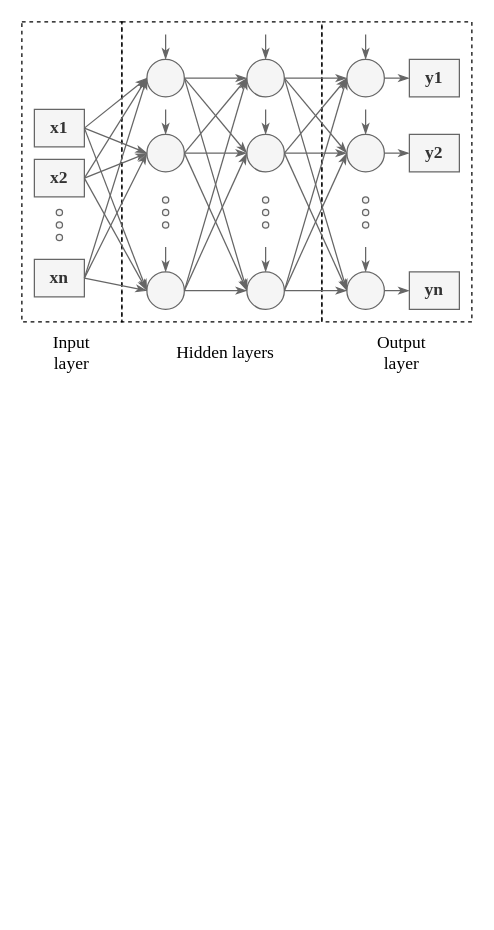
Above: MultiLayer/README_img/multilayer.drawio in jurkovicmartin/ML-Fundamentals (draw.io), before the change. Source tidied: cells renumbered, new cells numbered last; positions are measured from the earlier drawing's top-left corner, leaving out a move shared by most shapes. Both pictures are drawn from the tidied source at 125%, with x=0, y=0 at pixel (21, 21).
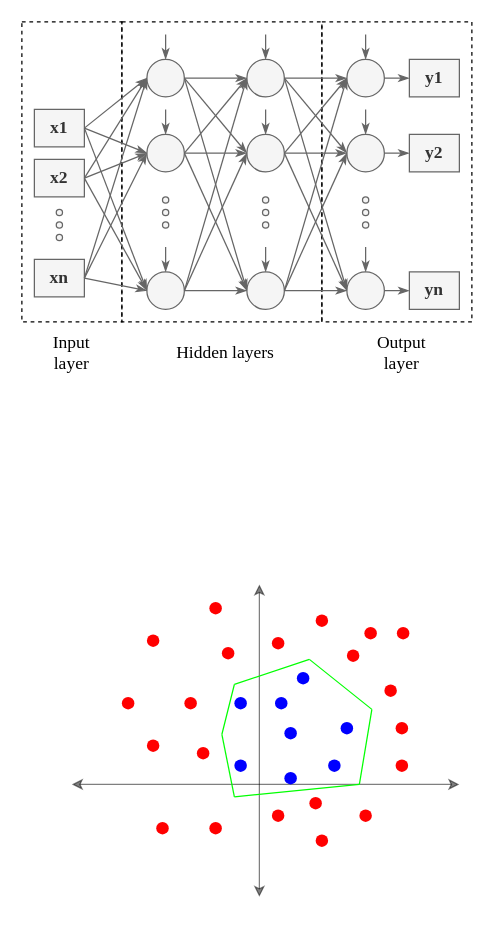
After the change.

What changed in the source:
```diff
@@
+    <mxCell id="74" style="endArrow=classic;startArrow=classic;html=1;rounded=0;opacity=50;" parent="1" edge="1">
+      <mxGeometry relative="1" as="geometry">
+        <mxPoint x="40" y="610" as="sourcePoint" />
+        <mxPoint x="350" y="610" as="targetPoint" />
+      </mxGeometry>
+    </mxCell>
+    <mxCell id="75" style="endArrow=classic;startArrow=classic;html=1;rounded=0;opacity=50;" parent="1" edge="1">
+      <mxGeometry relative="1" as="geometry">
+        <mxPoint x="190" y="450" as="sourcePoint" />
+        <mxPoint x="190" y="700" as="targetPoint" />
+      </mxGeometry>
+    </mxCell>
+    <mxCell id="76" style="ellipse;whiteSpace=wrap;html=1;fillColor=#0000ff;strokeColor=none;" parent="1" vertex="1">
+      <mxGeometry x="220" y="520" width="10" height="10" as="geometry" />
+    </mxCell>
+    <mxCell id="77" style="ellipse;whiteSpace=wrap;html=1;fillColor=#0000ff;strokeColor=none;" parent="1" vertex="1">
+      <mxGeometry x="255" y="560" width="10" height="10" as="geometry" />
+    </mxCell>
+    <mxCell id="78" style="ellipse;whiteSpace=wrap;html=1;fillColor=#ff0000;strokeColor=none;" parent="1" vertex="1">
+      <mxGeometry x="130" y="540" width="10" height="10" as="geometry" />
+    </mxCell>
+    <mxCell id="79" style="ellipse;whiteSpace=wrap;html=1;fillColor=#0000ff;strokeColor=none;" parent="1" vertex="1">
+      <mxGeometry x="170" y="590" width="10" height="10" as="geometry" />
+    </mxCell>
+    <mxCell id="80" style="ellipse;whiteSpace=wrap;html=1;fillColor=#ff0000;strokeColor=none;" parent="1" vertex="1">
+      <mxGeometry x="160" y="500" width="10" height="10" as="geometry" />
+    </mxCell>
+    <mxCell id="81" style="ellipse;whiteSpace=wrap;html=1;fillColor=#ff0000;strokeColor=none;" parent="1" vertex="1">
+      <mxGeometry x="140" y="580" width="10" height="10" as="geometry" />
+    </mxCell>
+    <mxCell id="82" style="ellipse;whiteSpace=wrap;html=1;fillColor=#ff0000;strokeColor=none;" parent="1" vertex="1">
+      <mxGeometry x="200" y="630" width="10" height="10" as="geometry" />
+    </mxCell>
+    <mxCell id="83" style="ellipse;whiteSpace=wrap;html=1;fillColor=#ff0000;strokeColor=none;" parent="1" vertex="1">
+      <mxGeometry x="150" y="640" width="10" height="10" as="geometry" />
+    </mxCell>
+    <mxCell id="84" style="ellipse;whiteSpace=wrap;html=1;fillColor=#ff0000;strokeColor=none;" parent="1" vertex="1">
+      <mxGeometry x="100" y="490" width="10" height="10" as="geometry" />
+    </mxCell>
+    <mxCell id="85" style="ellipse;whiteSpace=wrap;html=1;fillColor=#0000ff;strokeColor=none;" parent="1" vertex="1">
+      <mxGeometry x="170" y="540" width="10" height="10" as="geometry" />
+    </mxCell>
+    <mxCell id="86" style="ellipse;whiteSpace=wrap;html=1;fillColor=#0000ff;strokeColor=none;" parent="1" vertex="1">
+      <mxGeometry x="210" y="564" width="10" height="10" as="geometry" />
+    </mxCell>
+    <mxCell id="87" style="ellipse;whiteSpace=wrap;html=1;fillColor=#0000ff;strokeColor=none;" parent="1" vertex="1">
+      <mxGeometry x="210" y="600" width="10" height="10" as="geometry" />
+    </mxCell>
+    <mxCell id="88" style="ellipse;whiteSpace=wrap;html=1;fillColor=#0000ff;strokeColor=none;" parent="1" vertex="1">
+      <mxGeometry x="245" y="590" width="10" height="10" as="geometry" />
+    </mxCell>
+    <mxCell id="89" style="ellipse;whiteSpace=wrap;html=1;fillColor=#ff0000;strokeColor=none;" parent="1" vertex="1">
+      <mxGeometry x="230" y="620" width="10" height="10" as="geometry" />
+    </mxCell>
+    <mxCell id="90" style="ellipse;whiteSpace=wrap;html=1;fillColor=#ff0000;strokeColor=none;" parent="1" vertex="1">
+      <mxGeometry x="80" y="540" width="10" height="10" as="geometry" />
+    </mxCell>
+    <mxCell id="91" style="ellipse;whiteSpace=wrap;html=1;fillColor=#ff0000;strokeColor=none;" parent="1" vertex="1">
+      <mxGeometry x="100" y="574" width="10" height="10" as="geometry" />
+    </mxCell>
+    <mxCell id="92" style="ellipse;whiteSpace=wrap;html=1;fillColor=#ff0000;strokeColor=none;" parent="1" vertex="1">
+      <mxGeometry x="150" y="464" width="10" height="10" as="geometry" />
+    </mxCell>
+    <mxCell id="93" style="ellipse;whiteSpace=wrap;html=1;fillColor=#ff0000;strokeColor=none;" parent="1" vertex="1">
+      <mxGeometry x="107.5" y="640" width="10" height="10" as="geometry" />
+    </mxCell>
+    <mxCell id="94" style="ellipse;whiteSpace=wrap;html=1;fillColor=#ff0000;strokeColor=none;" parent="1" vertex="1">
+      <mxGeometry x="235" y="650" width="10" height="10" as="geometry" />
+    </mxCell>
+    <mxCell id="95" style="ellipse;whiteSpace=wrap;html=1;fillColor=#ff0000;strokeColor=none;" parent="1" vertex="1">
+      <mxGeometry x="290" y="530" width="10" height="10" as="geometry" />
+    </mxCell>
+    <mxCell id="96" style="ellipse;whiteSpace=wrap;html=1;fillColor=#ff0000;strokeColor=none;" parent="1" vertex="1">
+      <mxGeometry x="300" y="484" width="10" height="10" as="geometry" />
+    </mxCell>
+    <mxCell id="97" style="endArrow=none;html=1;rounded=0;strokeColor=#00ff00;" parent="1" edge="1">
+      <mxGeometry relative="1" as="geometry">
+        <mxPoint x="170" y="530" as="sourcePoint" />
+        <mxPoint x="230" y="510" as="targetPoint" />
+      </mxGeometry>
+    </mxCell>
+    <mxCell id="98" style="endArrow=none;html=1;rounded=0;strokeColor=#00ff00;" parent="1" edge="1">
+      <mxGeometry relative="1" as="geometry">
+        <mxPoint x="160" y="570" as="sourcePoint" />
+        <mxPoint x="170" y="530" as="targetPoint" />
+      </mxGeometry>
+    </mxCell>
+    <mxCell id="99" style="endArrow=none;html=1;rounded=0;strokeColor=#00ff00;" parent="1" edge="1">
+      <mxGeometry relative="1" as="geometry">
+        <mxPoint x="160" y="570" as="sourcePoint" />
+        <mxPoint x="170" y="620" as="targetPoint" />
+      </mxGeometry>
+    </mxCell>
+    <mxCell id="100" style="endArrow=none;html=1;rounded=0;strokeColor=#00ff00;" parent="1" edge="1">
+      <mxGeometry relative="1" as="geometry">
+        <mxPoint x="170" y="620" as="sourcePoint" />
+        <mxPoint x="270" y="610" as="targetPoint" />
+      </mxGeometry>
+    </mxCell>
+    <mxCell id="101" style="endArrow=none;html=1;rounded=0;strokeColor=#00ff00;" parent="1" edge="1">
+      <mxGeometry relative="1" as="geometry">
+        <mxPoint x="270" y="610" as="sourcePoint" />
+        <mxPoint x="280" y="550" as="targetPoint" />
+      </mxGeometry>
+    </mxCell>
+    <mxCell id="102" style="endArrow=none;html=1;rounded=0;strokeColor=#00ff00;" parent="1" edge="1">
+      <mxGeometry relative="1" as="geometry">
+        <mxPoint x="230" y="510" as="sourcePoint" />
+        <mxPoint x="280" y="550" as="targetPoint" />
+      </mxGeometry>
+    </mxCell>
+    <mxCell id="103" style="ellipse;whiteSpace=wrap;html=1;fillColor=#0000ff;strokeColor=none;" parent="1" vertex="1">
+      <mxGeometry x="202.5" y="540" width="10" height="10" as="geometry" />
+    </mxCell>
+    <mxCell id="104" style="ellipse;whiteSpace=wrap;html=1;fillColor=#ff0000;strokeColor=none;" parent="1" vertex="1">
+      <mxGeometry x="260" y="502" width="10" height="10" as="geometry" />
+    </mxCell>
+    <mxCell id="105" style="ellipse;whiteSpace=wrap;html=1;fillColor=#ff0000;strokeColor=none;" parent="1" vertex="1">
+      <mxGeometry x="200" y="492" width="10" height="10" as="geometry" />
+    </mxCell>
+    <mxCell id="106" style="ellipse;whiteSpace=wrap;html=1;fillColor=#ff0000;strokeColor=none;" parent="1" vertex="1">
+      <mxGeometry x="235" y="474" width="10" height="10" as="geometry" />
+    </mxCell>
+    <mxCell id="107" style="ellipse;whiteSpace=wrap;html=1;fillColor=#ff0000;strokeColor=none;" parent="1" vertex="1">
+      <mxGeometry x="299" y="560" width="10" height="10" as="geometry" />
+    </mxCell>
+    <mxCell id="108" style="ellipse;whiteSpace=wrap;html=1;fillColor=#ff0000;strokeColor=none;" parent="1" vertex="1">
+      <mxGeometry x="274" y="484" width="10" height="10" as="geometry" />
+    </mxCell>
+    <mxCell id="109" style="ellipse;whiteSpace=wrap;html=1;fillColor=#ff0000;strokeColor=none;" parent="1" vertex="1">
+      <mxGeometry x="299" y="590" width="10" height="10" as="geometry" />
+    </mxCell>
+    <mxCell id="110" style="ellipse;whiteSpace=wrap;html=1;fillColor=#ff0000;strokeColor=none;" parent="1" vertex="1">
+      <mxGeometry x="270" y="630" width="10" height="10" as="geometry" />
+    </mxCell>
```
